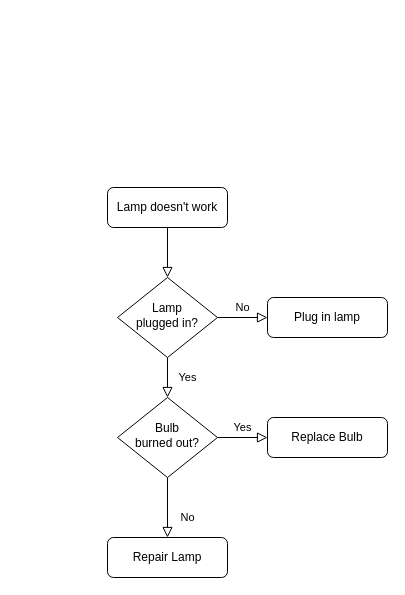
shivamshinde6164/Vendora keeps this draw.io diagram as Untitled Diagram.drawio. Above is the earlier version. Source tidied: cells renumbered, new cells numbered last; positions are measured from the earlier drawing's top-left corner, leaving out a move shared by most shapes. Both pictures are drawn from the tidied source at 100%, with x=0, y=0 at pixel (107, 187).
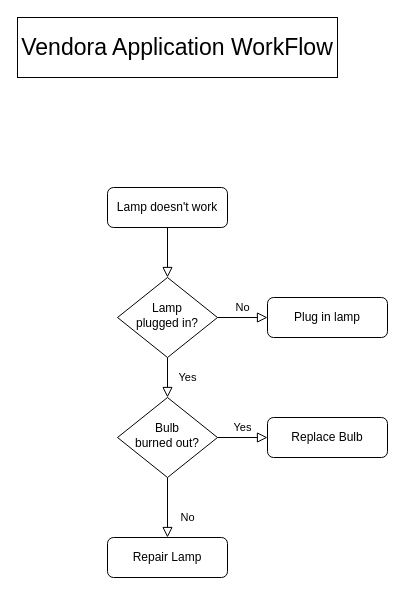
After the change.

What changed in the source:
```diff
@@
 <mxGraphModel>
   <root>
     <mxCell id="0" />
     <mxCell id="1" parent="0" />
     <mxCell id="2" style="rounded=0;html=1;jettySize=auto;fontSize=11;endArrow=block;endFill=0;endSize=8;strokeWidth=1;shadow=0;labelBackgroundColor=none;edgeStyle=orthogonalEdgeStyle;" parent="1" edge="1" source="3" target="6">
       <mxGeometry relative="1" as="geometry" />
     </mxCell>
     <mxCell id="3" value="Lamp doesn't work" style="rounded=1;whiteSpace=wrap;html=1;fontSize=12;glass=0;strokeWidth=1;shadow=0;" parent="1" vertex="1">
       <mxGeometry width="120" height="40" as="geometry" />
     </mxCell>
     <mxCell id="4" value="Yes" style="rounded=0;html=1;jettySize=auto;fontSize=11;endArrow=block;endFill=0;endSize=8;strokeWidth=1;shadow=0;labelBackgroundColor=none;edgeStyle=orthogonalEdgeStyle;" parent="1" edge="1" source="6" target="10">
       <mxGeometry y="20" relative="1" as="geometry" />
     </mxCell>
     <mxCell id="5" value="No" style="edgeStyle=orthogonalEdgeStyle;rounded=0;html=1;jettySize=auto;fontSize=11;endArrow=block;endFill=0;endSize=8;strokeWidth=1;shadow=0;labelBackgroundColor=none;" parent="1" edge="1" source="6" target="7">
       <mxGeometry y="10" relative="1" as="geometry" />
     </mxCell>
     <mxCell id="6" value="Lamp&lt;br&gt;plugged in?" style="rhombus;whiteSpace=wrap;html=1;shadow=0;fontFamily=Helvetica;fontSize=12;align=center;strokeWidth=1;spacing=6;spacingTop=-4;" parent="1" vertex="1">
       <mxGeometry x="10" y="90" width="100" height="80" as="geometry" />
     </mxCell>
     <mxCell id="7" value="Plug in lamp" style="rounded=1;whiteSpace=wrap;html=1;fontSize=12;glass=0;strokeWidth=1;shadow=0;" parent="1" vertex="1">
       <mxGeometry x="160" y="110" width="120" height="40" as="geometry" />
     </mxCell>
     <mxCell id="8" value="No" style="rounded=0;html=1;jettySize=auto;fontSize=11;endArrow=block;endFill=0;endSize=8;strokeWidth=1;shadow=0;labelBackgroundColor=none;edgeStyle=orthogonalEdgeStyle;" parent="1" edge="1" source="10" target="11">
       <mxGeometry x="0.33" y="20" relative="1" as="geometry" />
     </mxCell>
     <mxCell id="9" value="Yes" style="edgeStyle=orthogonalEdgeStyle;rounded=0;html=1;jettySize=auto;fontSize=11;endArrow=block;endFill=0;endSize=8;strokeWidth=1;shadow=0;labelBackgroundColor=none;" parent="1" edge="1" source="10" target="12">
       <mxGeometry y="10" relative="1" as="geometry" />
     </mxCell>
     <mxCell id="10" value="Bulb&lt;br&gt;burned out?" style="rhombus;whiteSpace=wrap;html=1;shadow=0;fontFamily=Helvetica;fontSize=12;align=center;strokeWidth=1;spacing=6;spacingTop=-4;" parent="1" vertex="1">
       <mxGeometry x="10" y="210" width="100" height="80" as="geometry" />
     </mxCell>
     <mxCell id="11" value="Repair Lamp" style="rounded=1;whiteSpace=wrap;html=1;fontSize=12;glass=0;strokeWidth=1;shadow=0;" parent="1" vertex="1">
       <mxGeometry y="350" width="120" height="40" as="geometry" />
     </mxCell>
     <mxCell id="12" value="Replace Bulb" style="rounded=1;whiteSpace=wrap;html=1;fontSize=12;glass=0;strokeWidth=1;shadow=0;" parent="1" vertex="1">
       <mxGeometry x="160" y="230" width="120" height="40" as="geometry" />
     </mxCell>
+    <mxCell id="13" value="&lt;font style=&quot;font-size: 23px;&quot;&gt;Vendora Application WorkFlow&lt;/font&gt;" style="rounded=0;whiteSpace=wrap;html=1;" parent="1" vertex="1">
+      <mxGeometry x="-90" y="-170" width="320" height="60" as="geometry" />
+    </mxCell>
   </root>
 </mxGraphModel>
```
